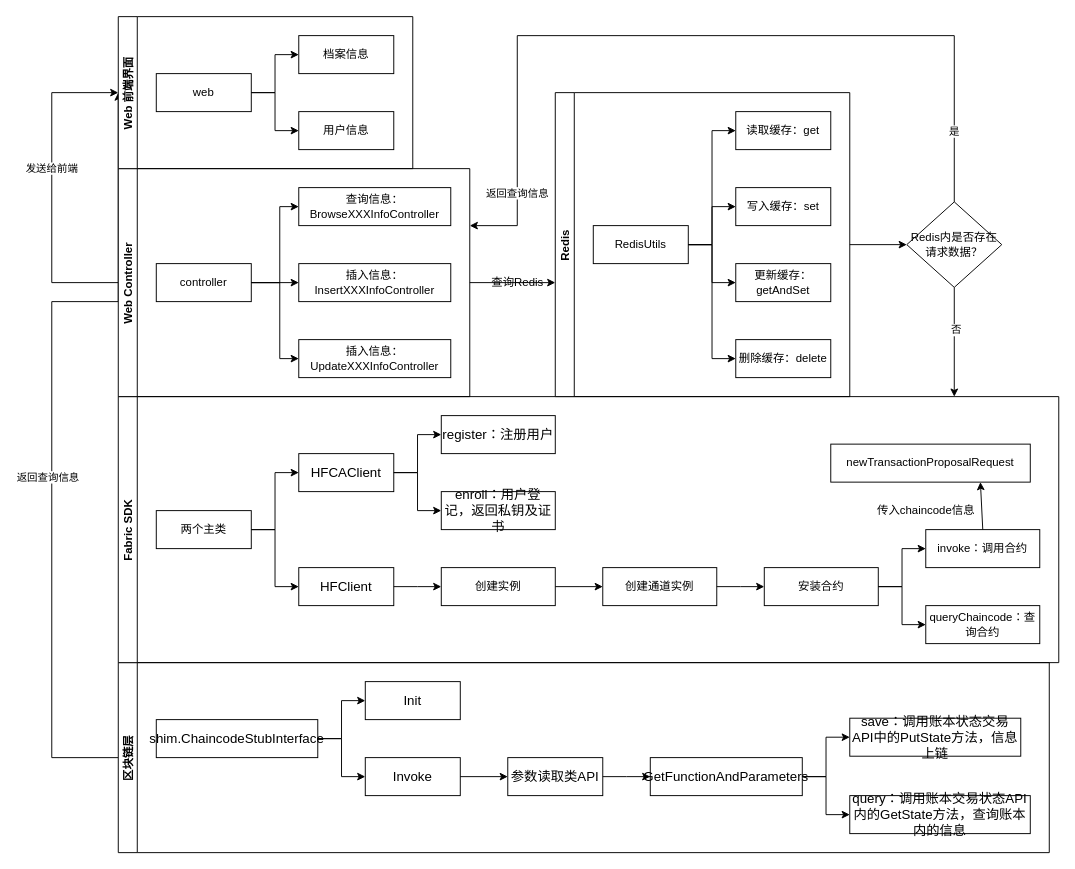
Above: Architect.drawio in Windy810/qilibali- (draw.io), before the change. Source tidied: cells renumbered, new cells numbered last; positions are measured from the earlier drawing's top-left corner, leaving out a move shared by most shapes. Both pictures are drawn from the tidied source at 95%, with x=0, y=0 at pixel (51, 16).
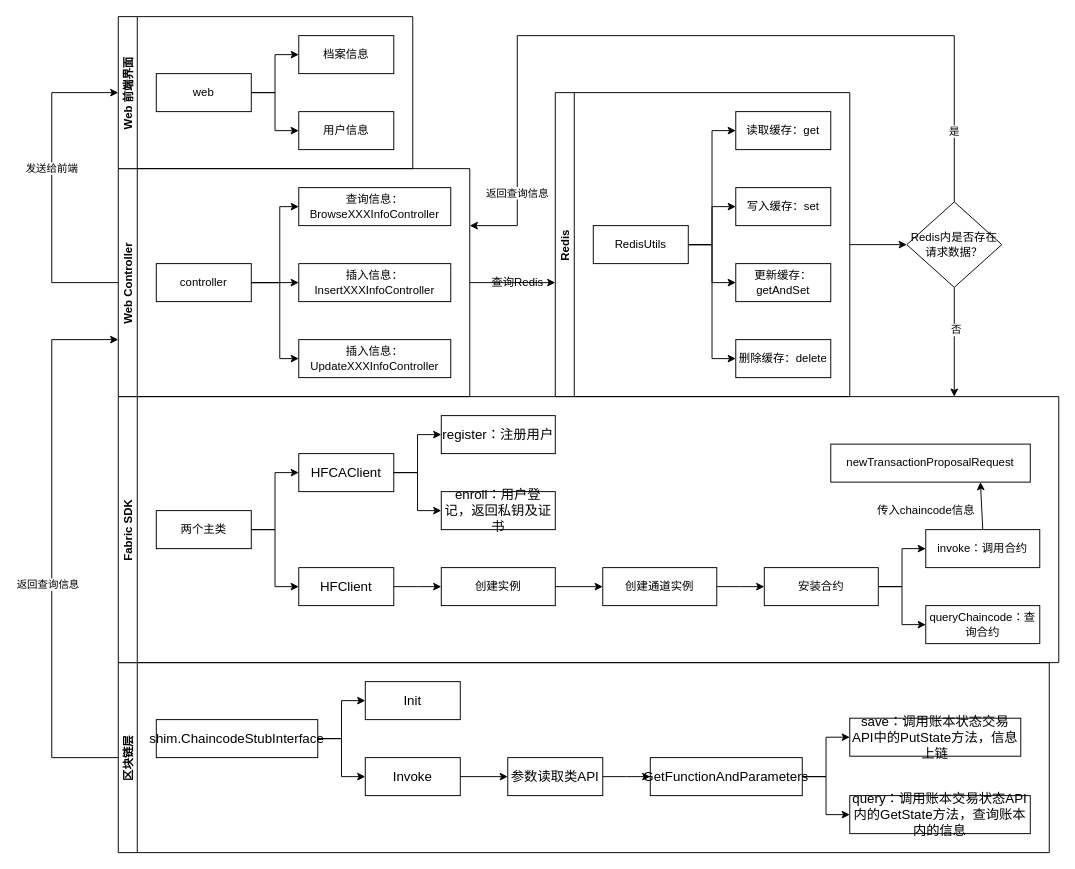
The same diagram, later.

The change refers to these unchanged cells:
```xml
<mxCell id="4" value="区块链层" style="swimlane;startSize=20;horizontal=0;horizontalTree=1;containerType=tree;fontFamily=宋体;" parent="1" vertex="1">
  <mxGeometry x="70" y="680" width="980" height="200" as="geometry" />
</mxCell>
<mxCell id="55" value="Web Controller" style="swimlane;startSize=20;horizontal=0;horizontalTree=1;containerType=tree;fontFamily=宋体;" parent="1" vertex="1">
  <mxGeometry x="70" y="160" width="370" height="240" as="geometry" />
</mxCell>
<mxCell id="70" value="Web 前端界面" style="swimlane;startSize=20;horizontal=0;horizontalTree=1;containerType=tree;fontFamily=宋体;strokeWidth=1;" parent="1" vertex="1">
  <mxGeometry x="70" width="310" height="160" as="geometry" />
</mxCell>
```

What changed in the source:
```diff
@@
-    <mxCell id="2" style="edgeStyle=orthogonalEdgeStyle;rounded=0;jettySize=auto;html=1;exitX=0;exitY=0.5;exitDx=0;exitDy=0;entryX=0;entryY=0.5;entryDx=0;entryDy=0;fontFamily=宋体;" parent="1" edge="1" source="4" target="70">
+    <mxCell id="2" style="edgeStyle=orthogonalEdgeStyle;rounded=0;jettySize=auto;html=1;exitX=0;exitY=0.5;exitDx=0;exitDy=0;entryX=0;entryY=0.75;entryDx=0;entryDy=0;fontFamily=宋体;" parent="1" edge="1" source="4" target="55">
       <mxGeometry relative="1" as="geometry">
         <Array as="points">
           <mxPoint y="780" />
-          <mxPoint y="300" />
-          <mxPoint x="70" y="300" />
+          <mxPoint y="340" />
         </Array>
       </mxGeometry>
     </mxCell>
```
